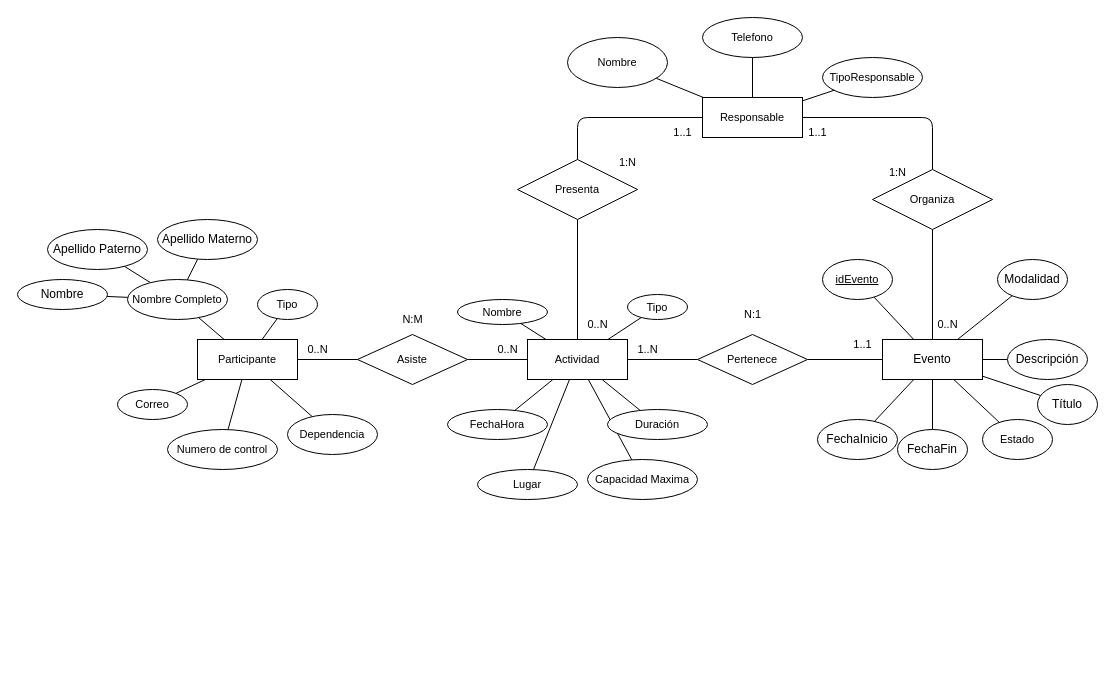
Before: Diagramas_Entregables/Modelo E-R.drawio in JoseAguilar05/Proyecto-2-BDA, a draw.io diagram. Source tidied: cells renumbered, new cells numbered last; positions are measured from the earlier drawing's top-left corner, leaving out a move shared by most shapes. Both pictures are drawn from the tidied source at 100%, with x=0, y=0 at pixel (17, 17).
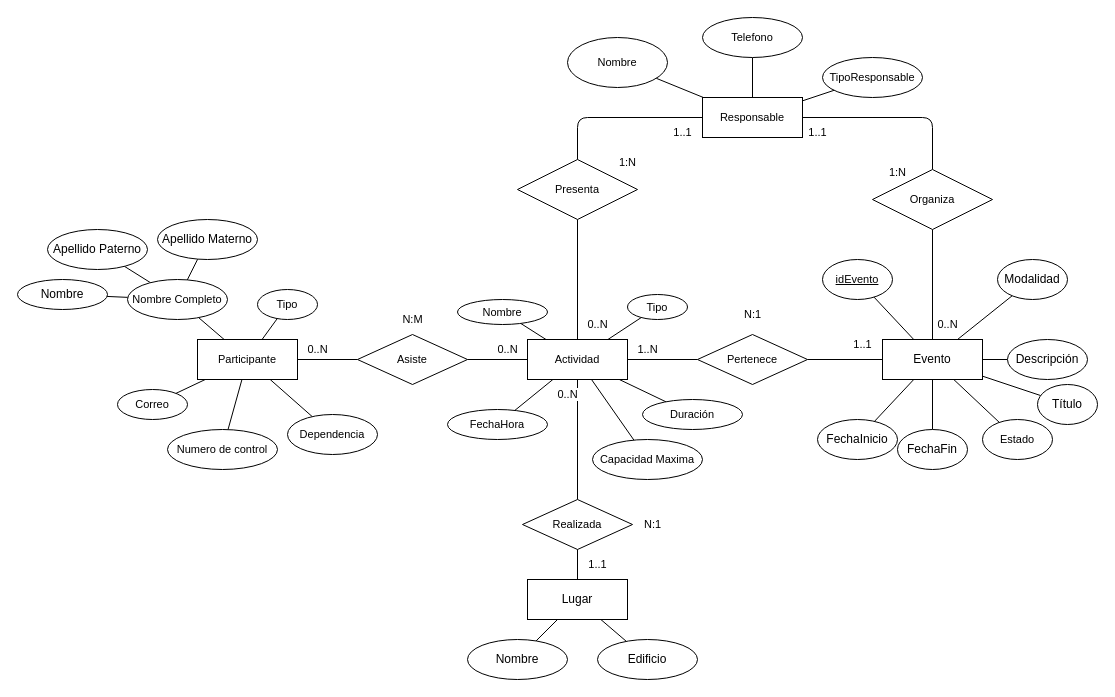
The same diagram, later.

Commit message:
Entidad Lugar en Modelo ER

Unchanged cells that the change refers to:
```xml
<mxCell id="41" value="Actividad" style="whiteSpace=wrap;html=1;align=center;fontFamily=Helvetica;fontSize=11;fontColor=default;labelBackgroundColor=default;" parent="1" vertex="1">
  <mxGeometry x="510" y="322" width="100" height="40" as="geometry" />
</mxCell>
```

Diff of the diagram source:
```diff
@@
-    <mxCell id="39" style="edgeStyle=none;shape=connector;rounded=1;html=1;strokeColor=default;align=center;verticalAlign=middle;fontFamily=Helvetica;fontSize=11;fontColor=default;labelBackgroundColor=default;endArrow=none;endFill=0;" parent="1" edge="1" source="41" target="49">
-      <mxGeometry relative="1" as="geometry" />
-    </mxCell>
@@
+    <mxCell id="78" style="edgeStyle=none;html=1;endArrow=none;endFill=0;" parent="1" edge="1" source="41" target="79">
+      <mxGeometry relative="1" as="geometry" />
+    </mxCell>
@@
     <mxCell id="47" value="Duración" style="ellipse;whiteSpace=wrap;html=1;align=center;fontFamily=Helvetica;fontSize=11;fontColor=default;labelBackgroundColor=default;" parent="1" vertex="1">
-      <mxGeometry x="590" y="392" width="100" height="30" as="geometry" />
+      <mxGeometry x="625" y="382" width="100" height="30" as="geometry" />
     </mxCell>
     <mxCell id="48" value="Capacidad Maxima" style="ellipse;whiteSpace=wrap;html=1;align=center;fontFamily=Helvetica;fontSize=11;fontColor=default;labelBackgroundColor=default;" parent="1" vertex="1">
-      <mxGeometry x="570" y="442" width="110" height="40" as="geometry" />
+      <mxGeometry x="575" y="422" width="110" height="40" as="geometry" />
     </mxCell>
-    <mxCell id="49" value="Lugar" style="ellipse;whiteSpace=wrap;html=1;align=center;fontFamily=Helvetica;fontSize=11;fontColor=default;labelBackgroundColor=default;" parent="1" vertex="1">
-      <mxGeometry x="460" y="452" width="100" height="30" as="geometry" />
-    </mxCell>
@@
+    <mxCell id="79" value="Realizada" style="shape=rhombus;perimeter=rhombusPerimeter;whiteSpace=wrap;html=1;align=center;fontFamily=Helvetica;fontSize=11;fontColor=default;labelBackgroundColor=default;" parent="1" vertex="1">
+      <mxGeometry x="505" y="482" width="110" height="50" as="geometry" />
+    </mxCell>
+    <mxCell id="80" style="edgeStyle=none;html=1;endArrow=none;endFill=0;" parent="1" edge="1" source="49" target="83">
+      <mxGeometry relative="1" as="geometry" />
+    </mxCell>
+    <mxCell id="81" style="edgeStyle=none;shape=connector;rounded=1;html=1;strokeColor=default;align=center;verticalAlign=middle;fontFamily=Helvetica;fontSize=11;fontColor=default;labelBackgroundColor=default;endArrow=none;endFill=0;" parent="1" edge="1" source="49" target="84">
+      <mxGeometry relative="1" as="geometry" />
+    </mxCell>
+    <mxCell id="82" style="edgeStyle=none;shape=connector;rounded=1;html=1;strokeColor=default;align=center;verticalAlign=middle;fontFamily=Helvetica;fontSize=11;fontColor=default;labelBackgroundColor=default;endArrow=none;endFill=0;" parent="1" edge="1" source="49" target="79">
+      <mxGeometry relative="1" as="geometry" />
+    </mxCell>
+    <mxCell id="49" value="Lugar" style="whiteSpace=wrap;html=1;align=center;" parent="1" vertex="1">
+      <mxGeometry x="510" y="562" width="100" height="40" as="geometry" />
+    </mxCell>
+    <mxCell id="83" value="Nombre" style="ellipse;whiteSpace=wrap;html=1;align=center;" parent="1" vertex="1">
+      <mxGeometry x="450" y="622" width="100" height="40" as="geometry" />
+    </mxCell>
+    <mxCell id="84" value="Edificio" style="ellipse;whiteSpace=wrap;html=1;align=center;" parent="1" vertex="1">
+      <mxGeometry x="580" y="622" width="100" height="40" as="geometry" />
+    </mxCell>
+    <mxCell id="85" value="N:1" style="text;html=1;align=center;verticalAlign=middle;strokeColor=none;fillColor=none;fontFamily=Helvetica;fontSize=11;fontColor=default;labelBackgroundColor=default;" parent="1" vertex="1">
+      <mxGeometry x="615" y="492" width="40" height="30" as="geometry" />
+    </mxCell>
+    <mxCell id="86" value="0..N" style="text;html=1;align=center;verticalAlign=middle;strokeColor=none;fillColor=none;fontFamily=Helvetica;fontSize=11;fontColor=default;labelBackgroundColor=default;" parent="1" vertex="1">
+      <mxGeometry x="530" y="362" width="40" height="30" as="geometry" />
+    </mxCell>
+    <mxCell id="87" value="1..1" style="text;html=1;align=center;verticalAlign=middle;strokeColor=none;fillColor=none;fontFamily=Helvetica;fontSize=11;fontColor=default;labelBackgroundColor=default;" parent="1" vertex="1">
+      <mxGeometry x="560" y="532" width="40" height="30" as="geometry" />
+    </mxCell>
```
